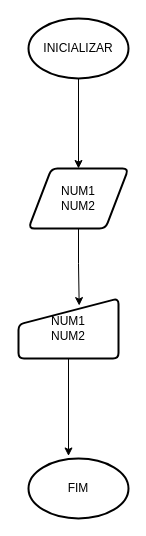
alberes-silva/CodigoBase keeps this draw.io diagram as page "INICIALIZAR" (2 of 4) of Diagrama sem nome.drawio. Above is the earlier version. Source tidied: cells renumbered, new cells numbered last; positions are measured from the earlier drawing's top-left corner, leaving out a move shared by most shapes. Both pictures are drawn from the tidied source at 100%, with x=0, y=0 at pixel (18, 18).
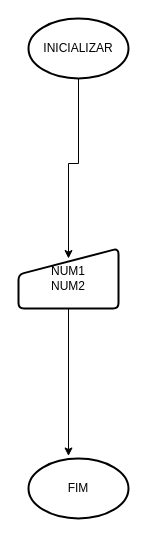
After the change.

The edit, as a diff of the source:
```diff
@@
 <mxGraphModel>
   <root>
     <mxCell id="0" />
     <mxCell id="1" parent="0" />
-    <mxCell id="2" style="edgeStyle=orthogonalEdgeStyle;rounded=0;jettySize=auto;html=1;exitX=0.5;exitY=1;exitDx=0;exitDy=0;exitPerimeter=0;" parent="1" edge="1" source="3" target="6">
+    <mxCell id="2" style="edgeStyle=orthogonalEdgeStyle;rounded=0;jettySize=auto;html=1;exitX=0.5;exitY=1;exitDx=0;exitDy=0;exitPerimeter=0;entryX=0.5;entryY=0.167;entryDx=0;entryDy=0;entryPerimeter=0;" parent="1" edge="1" source="3" target="5">
       <mxGeometry relative="1" as="geometry" />
     </mxCell>
     <mxCell id="3" value="INICIALIZAR" style="strokeWidth=2;html=1;shape=mxgraph.flowchart.start_1;whiteSpace=wrap;" parent="1" vertex="1">
       <mxGeometry x="10" width="100" height="60" as="geometry" />
     </mxCell>
     <mxCell id="4" value="FIM" style="strokeWidth=2;html=1;shape=mxgraph.flowchart.start_1;whiteSpace=wrap;" parent="1" vertex="1">
       <mxGeometry x="10" y="440" width="100" height="60" as="geometry" />
     </mxCell>
     <mxCell id="5" value="NUM1&lt;div&gt;NUM2&lt;/div&gt;" style="html=1;strokeWidth=2;shape=manualInput;whiteSpace=wrap;rounded=1;size=26;arcSize=11;" parent="1" vertex="1">
-      <mxGeometry y="280" width="100" height="60" as="geometry" />
+      <mxGeometry y="230" width="100" height="60" as="geometry" />
     </mxCell>
-    <mxCell id="6" value="NUM1&lt;div&gt;NUM2&lt;/div&gt;" style="shape=parallelogram;html=1;strokeWidth=2;perimeter=parallelogramPerimeter;whiteSpace=wrap;rounded=1;arcSize=12;size=0.23;" parent="1" vertex="1">
-      <mxGeometry x="10" y="150" width="100" height="60" as="geometry" />
-    </mxCell>
-    <mxCell id="7" style="edgeStyle=orthogonalEdgeStyle;rounded=0;jettySize=auto;html=1;exitX=0.5;exitY=1;exitDx=0;exitDy=0;entryX=0.607;entryY=0.118;entryDx=0;entryDy=0;entryPerimeter=0;" parent="1" edge="1" source="6" target="5">
-      <mxGeometry relative="1" as="geometry" />
-    </mxCell>
     <mxCell id="8" style="edgeStyle=orthogonalEdgeStyle;rounded=0;jettySize=auto;html=1;exitX=0.5;exitY=1;exitDx=0;exitDy=0;entryX=0.4;entryY=-0.042;entryDx=0;entryDy=0;entryPerimeter=0;" parent="1" edge="1" source="5" target="4">
       <mxGeometry relative="1" as="geometry" />
     </mxCell>
   </root>
 </mxGraphModel>
```
